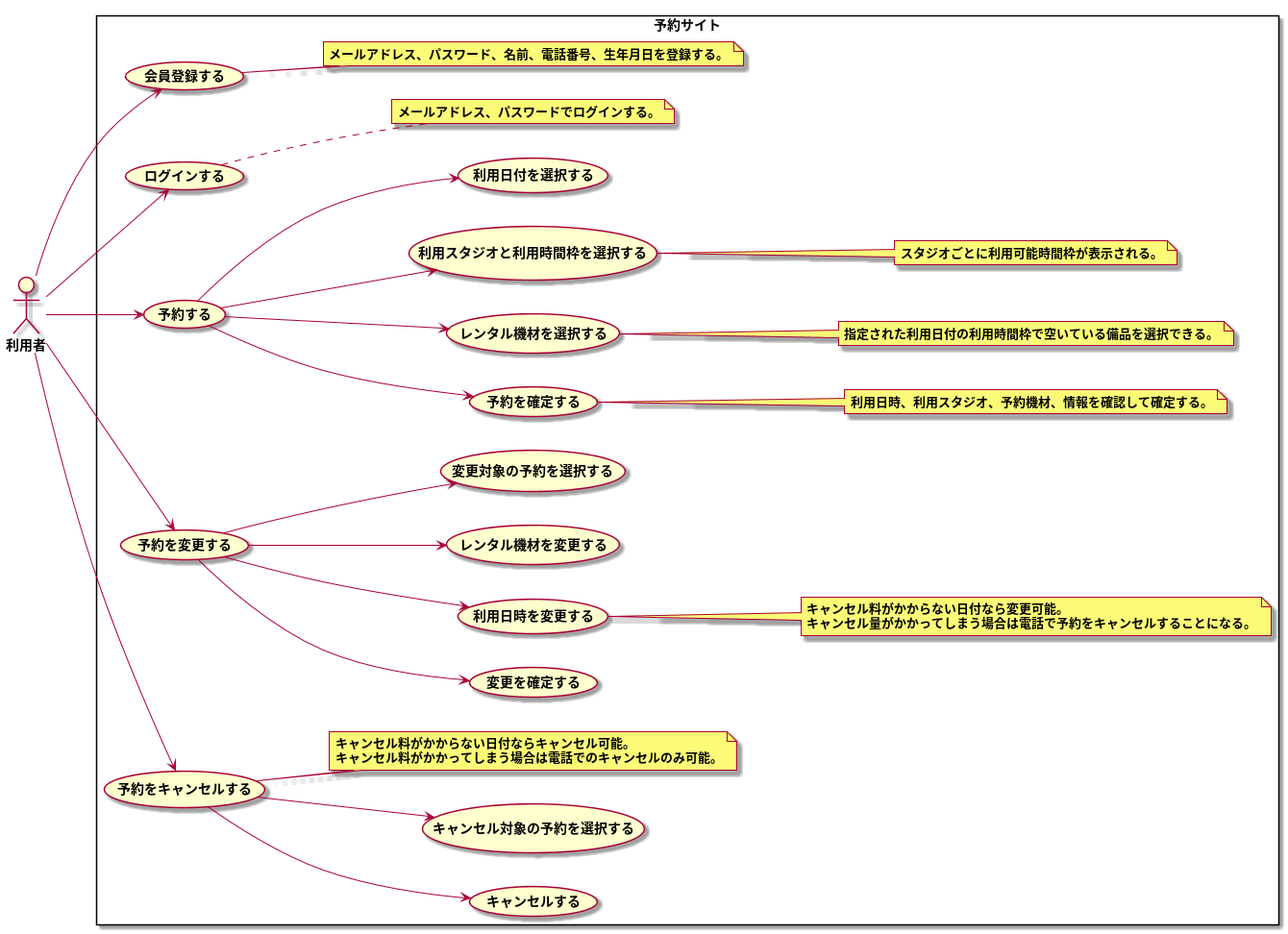
Earlier version of the PlantUML export modeling/05_Usecase_Web予約/Usecase.png (TakashiOnawa/ddd-practice-studio-reservation). The source it was exported from:
```plantuml
@startuml Usecase

left to right direction

actor 利用者

rectangle 予約サイト {
    利用者 --> (会員登録する)
    利用者 --> (ログインする)

    利用者 --> (予約する)
    (予約する) --> (予約を確定する)
    (予約する) --> (レンタル機材を選択する)
    (予約する) --> (利用スタジオと利用時間枠を選択する)
    (予約する) --> (利用日付を選択する)

    note right of (会員登録する)
    メールアドレス、パスワード、名前、電話番号、生年月日を登録する。
    end note

    note right of (ログインする)
    メールアドレス、パスワードでログインする。
    end note

    note right of (利用スタジオと利用時間枠を選択する)
    スタジオごとに利用可能時間枠が表示される。
    end note

    note right of (レンタル機材を選択する)
    指定された利用日付の利用時間枠で空いている備品を選択できる。
    end note

    note right of (予約を確定する)
    利用日時、利用スタジオ、予約機材、情報を確認して確定する。
    end note

    利用者 --> (予約を変更する)
    (予約を変更する) --> (変更を確定する)
    (予約を変更する) --> (利用日時を変更する)
    (予約を変更する) --> (レンタル機材を変更する)
    (予約を変更する) --> (変更対象の予約を選択する)

    note right of (利用日時を変更する)
    キャンセル料がかからない日付なら変更可能。
    キャンセル量がかかってしまう場合は電話で予約をキャンセルすることになる。
    end note

    利用者 --> (予約をキャンセルする)
    (予約をキャンセルする) --> (キャンセルする)
    (予約をキャンセルする) --> (キャンセル対象の予約を選択する)

    note right of (予約をキャンセルする)
    キャンセル料がかからない日付ならキャンセル可能。
    キャンセル料がかかってしまう場合は電話でのキャンセルのみ可能。
    end note
}

@enduml
```
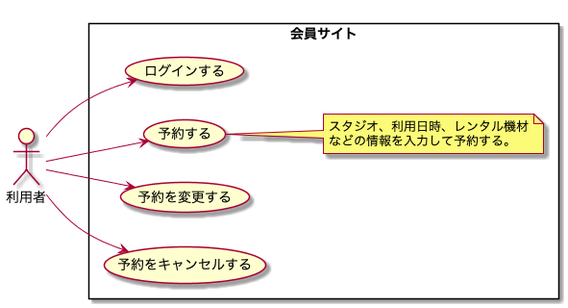
The same diagram one commit later.

What changed in the source:
```diff
@@ -4,54 +4,15 @@
 
 actor 利用者
 
-rectangle 予約サイト {
-    利用者 --> (会員登録する)
+rectangle 会員サイト {
     利用者 --> (ログインする)
+    利用者 --> (予約する)
+    利用者 --> (予約を変更する)
+    利用者 --> (予約をキャンセルする)
 
-    利用者 --> (予約する)
-    (予約する) --> (予約を確定する)
-    (予約する) --> (レンタル機材を選択する)
-    (予約する) --> (利用スタジオと利用時間枠を選択する)
-    (予約する) --> (利用日付を選択する)
-
-    note right of (会員登録する)
-    メールアドレス、パスワード、名前、電話番号、生年月日を登録する。
-    end note
-
-    note right of (ログインする)
-    メールアドレス、パスワードでログインする。
-    end note
-
-    note right of (利用スタジオと利用時間枠を選択する)
-    スタジオごとに利用可能時間枠が表示される。
-    end note
-
-    note right of (レンタル機材を選択する)
-    指定された利用日付の利用時間枠で空いている備品を選択できる。
-    end note
-
-    note right of (予約を確定する)
-    利用日時、利用スタジオ、予約機材、情報を確認して確定する。
-    end note
-
-    利用者 --> (予約を変更する)
-    (予約を変更する) --> (変更を確定する)
-    (予約を変更する) --> (利用日時を変更する)
-    (予約を変更する) --> (レンタル機材を変更する)
-    (予約を変更する) --> (変更対象の予約を選択する)
-
-    note right of (利用日時を変更する)
-    キャンセル料がかからない日付なら変更可能。
-    キャンセル量がかかってしまう場合は電話で予約をキャンセルすることになる。
-    end note
-
-    利用者 --> (予約をキャンセルする)
-    (予約をキャンセルする) --> (キャンセルする)
-    (予約をキャンセルする) --> (キャンセル対象の予約を選択する)
-
-    note right of (予約をキャンセルする)
-    キャンセル料がかからない日付ならキャンセル可能。
-    キャンセル料がかかってしまう場合は電話でのキャンセルのみ可能。
+    note right of (予約する)
+    スタジオ、利用日時、レンタル機材
+    などの情報を入力して予約する。
     end note
 }
 
```
